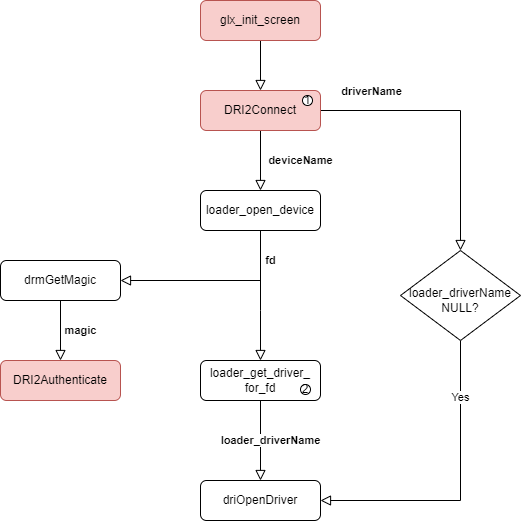
This is source/_posts/gfx/mesa-glx/dri2CreateScreen.drawio.png from lucmann/lucmann.github.io, a draw.io export, as it was before one commit. Source tidied: cells renumbered, new cells last; positions are measured from the earlier drawing's top-left corner, leaving out a move shared by most shapes. The source it was exported from:
```xml
<mxGraphModel>
  <root>
    <mxCell id="0" />
    <mxCell id="1" parent="0" />
    <mxCell id="2" style="rounded=0;html=1;jettySize=auto;fontSize=11;endArrow=block;endFill=0;endSize=8;strokeWidth=1;shadow=0;labelBackgroundColor=none;edgeStyle=orthogonalEdgeStyle;" parent="1" edge="1" source="3">
      <mxGeometry relative="1" as="geometry">
        <mxPoint x="260" y="90" as="targetPoint" />
      </mxGeometry>
    </mxCell>
    <mxCell id="3" value="glx_init_screen" style="rounded=1;whiteSpace=wrap;html=1;fontSize=12;glass=0;strokeWidth=1;shadow=0;fillColor=#f8cecc;strokeColor=#b85450;" parent="1" vertex="1">
      <mxGeometry x="200" width="120" height="40" as="geometry" />
    </mxCell>
    <mxCell id="4" value="&lt;b&gt;deviceName&lt;/b&gt;" style="rounded=0;html=1;jettySize=auto;fontSize=11;endArrow=block;endFill=0;endSize=8;strokeWidth=1;shadow=0;labelBackgroundColor=none;edgeStyle=orthogonalEdgeStyle;exitX=0.5;exitY=1;exitDx=0;exitDy=0;entryX=0.5;entryY=0;entryDx=0;entryDy=0;" parent="1" edge="1" source="10" target="13">
      <mxGeometry y="40" relative="1" as="geometry" />
    </mxCell>
    <mxCell id="5" value="&lt;b&gt;loader_driverName&lt;/b&gt;" style="edgeStyle=orthogonalEdgeStyle;rounded=0;jettySize=auto;html=1;endArrow=block;endFill=0;endSize=8;exitX=0.5;exitY=1;exitDx=0;exitDy=0;entryX=0.5;entryY=0;entryDx=0;entryDy=0;" parent="1" edge="1" source="6" target="7">
      <mxGeometry y="10" relative="1" as="geometry" />
    </mxCell>
    <mxCell id="6" value="loader_get_driver_&lt;br&gt;for_fd" style="rounded=1;whiteSpace=wrap;html=1;fontSize=12;glass=0;strokeWidth=1;shadow=0;" parent="1" vertex="1">
      <mxGeometry x="200" y="360" width="120" height="40" as="geometry" />
    </mxCell>
    <mxCell id="7" value="driOpenDriver" style="rounded=1;whiteSpace=wrap;html=1;fontSize=12;glass=0;strokeWidth=1;shadow=0;" parent="1" vertex="1">
      <mxGeometry x="200" y="480" width="120" height="40" as="geometry" />
    </mxCell>
    <mxCell id="8" style="edgeStyle=orthogonalEdgeStyle;rounded=0;jettySize=auto;html=1;endArrow=block;endFill=0;endSize=8;exitX=1;exitY=0.5;exitDx=0;exitDy=0;entryX=0.5;entryY=0;entryDx=0;entryDy=0;" parent="1" edge="1" source="10" target="15">
      <mxGeometry relative="1" as="geometry">
        <Array as="points">
          <mxPoint x="460" y="110" />
        </Array>
      </mxGeometry>
    </mxCell>
    <mxCell id="9" value="driverName" style="edgeLabel;html=1;align=center;verticalAlign=middle;fontStyle=1;" parent="8" vertex="1">
      <mxGeometry x="0.23" y="-1" relative="1" as="geometry">
        <mxPoint x="-89" y="-52" as="offset" />
      </mxGeometry>
    </mxCell>
    <mxCell id="10" value="DRI2Connect" style="rounded=1;whiteSpace=wrap;html=1;fontSize=12;glass=0;strokeWidth=1;shadow=0;fillColor=#f8cecc;strokeColor=#b85450;" parent="1" vertex="1">
      <mxGeometry x="200" y="90" width="120" height="40" as="geometry" />
    </mxCell>
    <mxCell id="11" value="&lt;b&gt;fd&lt;/b&gt;" style="edgeStyle=orthogonalEdgeStyle;rounded=0;jettySize=auto;html=1;endArrow=block;endFill=0;endSize=8;" parent="1" edge="1" source="13" target="6">
      <mxGeometry x="-0.54" y="10" relative="1" as="geometry">
        <Array as="points">
          <mxPoint x="260" y="310" />
          <mxPoint x="260" y="310" />
        </Array>
      </mxGeometry>
    </mxCell>
    <mxCell id="12" style="edgeStyle=orthogonalEdgeStyle;rounded=0;jettySize=auto;html=1;entryX=1;entryY=0.5;entryDx=0;entryDy=0;endArrow=block;endFill=0;endSize=8;exitX=0.5;exitY=1;exitDx=0;exitDy=0;" parent="1" edge="1" source="13" target="17">
      <mxGeometry relative="1" as="geometry">
        <Array as="points">
          <mxPoint x="260" y="280" />
          <mxPoint x="120" y="280" />
        </Array>
      </mxGeometry>
    </mxCell>
    <mxCell id="13" value="loader_open_device" style="rounded=1;whiteSpace=wrap;html=1;fontSize=12;glass=0;strokeWidth=1;shadow=0;" parent="1" vertex="1">
      <mxGeometry x="200" y="190" width="120" height="40" as="geometry" />
    </mxCell>
    <mxCell id="14" value="Yes" style="edgeStyle=orthogonalEdgeStyle;rounded=0;jettySize=auto;html=1;entryX=1;entryY=0.5;entryDx=0;entryDy=0;endArrow=block;endFill=0;endSize=8;exitX=0.5;exitY=1;exitDx=0;exitDy=0;" parent="1" edge="1" source="15" target="7">
      <mxGeometry x="-0.62" relative="1" as="geometry" />
    </mxCell>
    <mxCell id="15" value="&lt;br&gt;loader_driverName&lt;br&gt;NULL?" style="rhombus;whiteSpace=wrap;html=1;shadow=0;fontFamily=Helvetica;fontSize=12;align=center;strokeWidth=1;spacing=6;spacingTop=-4;" parent="1" vertex="1">
      <mxGeometry x="400" y="250" width="120" height="90" as="geometry" />
    </mxCell>
    <mxCell id="16" value="&lt;b&gt;magic&lt;/b&gt;" style="edgeStyle=orthogonalEdgeStyle;rounded=0;jettySize=auto;html=1;entryX=0.5;entryY=0;entryDx=0;entryDy=0;endArrow=block;endFill=0;endSize=8;" parent="1" edge="1" source="17" target="18">
      <mxGeometry y="20" relative="1" as="geometry" />
    </mxCell>
    <mxCell id="17" value="drmGetMagic" style="rounded=1;whiteSpace=wrap;html=1;fontSize=12;glass=0;strokeWidth=1;shadow=0;" parent="1" vertex="1">
      <mxGeometry y="260" width="120" height="40" as="geometry" />
    </mxCell>
    <mxCell id="18" value="DRI2Authenticate" style="rounded=1;whiteSpace=wrap;html=1;fontSize=12;glass=0;strokeWidth=1;shadow=0;fillColor=#f8cecc;strokeColor=#b85450;" parent="1" vertex="1">
      <mxGeometry y="360" width="120" height="40" as="geometry" />
    </mxCell>
    <mxCell id="19" value="1" style="ellipse;whiteSpace=wrap;html=1;" parent="1" vertex="1">
      <mxGeometry x="302" y="95" width="10" height="10" as="geometry" />
    </mxCell>
    <mxCell id="20" value="2" style="ellipse;whiteSpace=wrap;html=1;" parent="1" vertex="1">
      <mxGeometry x="300" y="384" width="10" height="10" as="geometry" />
    </mxCell>
  </root>
</mxGraphModel>
```
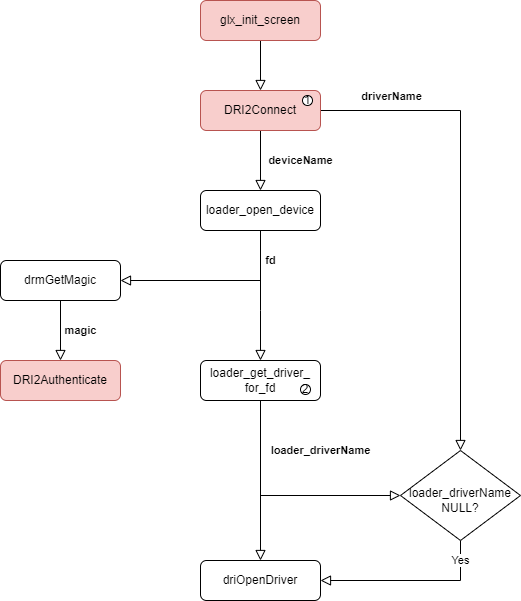
After the change.

Commit message:
[sie-luc]update

Change to the diagram source:
```diff
@@ -14,13 +14,20 @@
       <mxGeometry y="40" relative="1" as="geometry" />
     </mxCell>
     <mxCell id="5" value="&lt;b&gt;loader_driverName&lt;/b&gt;" style="edgeStyle=orthogonalEdgeStyle;rounded=0;jettySize=auto;html=1;endArrow=block;endFill=0;endSize=8;exitX=0.5;exitY=1;exitDx=0;exitDy=0;entryX=0.5;entryY=0;entryDx=0;entryDy=0;" parent="1" edge="1" source="6" target="7">
-      <mxGeometry y="10" relative="1" as="geometry" />
+      <mxGeometry x="-0.38" y="60" relative="1" as="geometry" />
     </mxCell>
+    <mxCell id="21" style="edgeStyle=orthogonalEdgeStyle;rounded=0;jettySize=auto;html=1;endArrow=block;endFill=0;endSize=8;entryX=0;entryY=0.5;entryDx=0;entryDy=0;" parent="1" edge="1" source="6" target="15">
+      <mxGeometry relative="1" as="geometry">
+        <Array as="points">
+          <mxPoint x="260" y="495" />
+        </Array>
+      </mxGeometry>
+    </mxCell>
     <mxCell id="6" value="loader_get_driver_&lt;br&gt;for_fd" style="rounded=1;whiteSpace=wrap;html=1;fontSize=12;glass=0;strokeWidth=1;shadow=0;" parent="1" vertex="1">
       <mxGeometry x="200" y="360" width="120" height="40" as="geometry" />
     </mxCell>
     <mxCell id="7" value="driOpenDriver" style="rounded=1;whiteSpace=wrap;html=1;fontSize=12;glass=0;strokeWidth=1;shadow=0;" parent="1" vertex="1">
-      <mxGeometry x="200" y="480" width="120" height="40" as="geometry" />
+      <mxGeometry x="200" y="560" width="120" height="40" as="geometry" />
     </mxCell>
     <mxCell id="8" style="edgeStyle=orthogonalEdgeStyle;rounded=0;jettySize=auto;html=1;endArrow=block;endFill=0;endSize=8;exitX=1;exitY=0.5;exitDx=0;exitDy=0;entryX=0.5;entryY=0;entryDx=0;entryDy=0;" parent="1" edge="1" source="10" target="15">
       <mxGeometry relative="1" as="geometry">
@@ -31,7 +38,7 @@
     </mxCell>
     <mxCell id="9" value="driverName" style="edgeLabel;html=1;align=center;verticalAlign=middle;fontStyle=1;" parent="8" vertex="1">
       <mxGeometry x="0.23" y="-1" relative="1" as="geometry">
-        <mxPoint x="-89" y="-52" as="offset" />
+        <mxPoint x="-69" y="-170" as="offset" />
       </mxGeometry>
     </mxCell>
     <mxCell id="10" value="DRI2Connect" style="rounded=1;whiteSpace=wrap;html=1;fontSize=12;glass=0;strokeWidth=1;shadow=0;fillColor=#f8cecc;strokeColor=#b85450;" parent="1" vertex="1">
@@ -57,10 +64,10 @@
       <mxGeometry x="200" y="190" width="120" height="40" as="geometry" />
     </mxCell>
     <mxCell id="14" value="Yes" style="edgeStyle=orthogonalEdgeStyle;rounded=0;jettySize=auto;html=1;entryX=1;entryY=0.5;entryDx=0;entryDy=0;endArrow=block;endFill=0;endSize=8;exitX=0.5;exitY=1;exitDx=0;exitDy=0;" parent="1" edge="1" source="15" target="7">
-      <mxGeometry x="-0.62" relative="1" as="geometry" />
+      <mxGeometry x="-0.78" relative="1" as="geometry" />
     </mxCell>
     <mxCell id="15" value="&lt;br&gt;loader_driverName&lt;br&gt;NULL?" style="rhombus;whiteSpace=wrap;html=1;shadow=0;fontFamily=Helvetica;fontSize=12;align=center;strokeWidth=1;spacing=6;spacingTop=-4;" parent="1" vertex="1">
-      <mxGeometry x="400" y="250" width="120" height="90" as="geometry" />
+      <mxGeometry x="400" y="450" width="120" height="90" as="geometry" />
     </mxCell>
     <mxCell id="16" value="&lt;b&gt;magic&lt;/b&gt;" style="edgeStyle=orthogonalEdgeStyle;rounded=0;jettySize=auto;html=1;entryX=0.5;entryY=0;entryDx=0;entryDy=0;endArrow=block;endFill=0;endSize=8;" parent="1" edge="1" source="17" target="18">
       <mxGeometry y="20" relative="1" as="geometry" />
```
